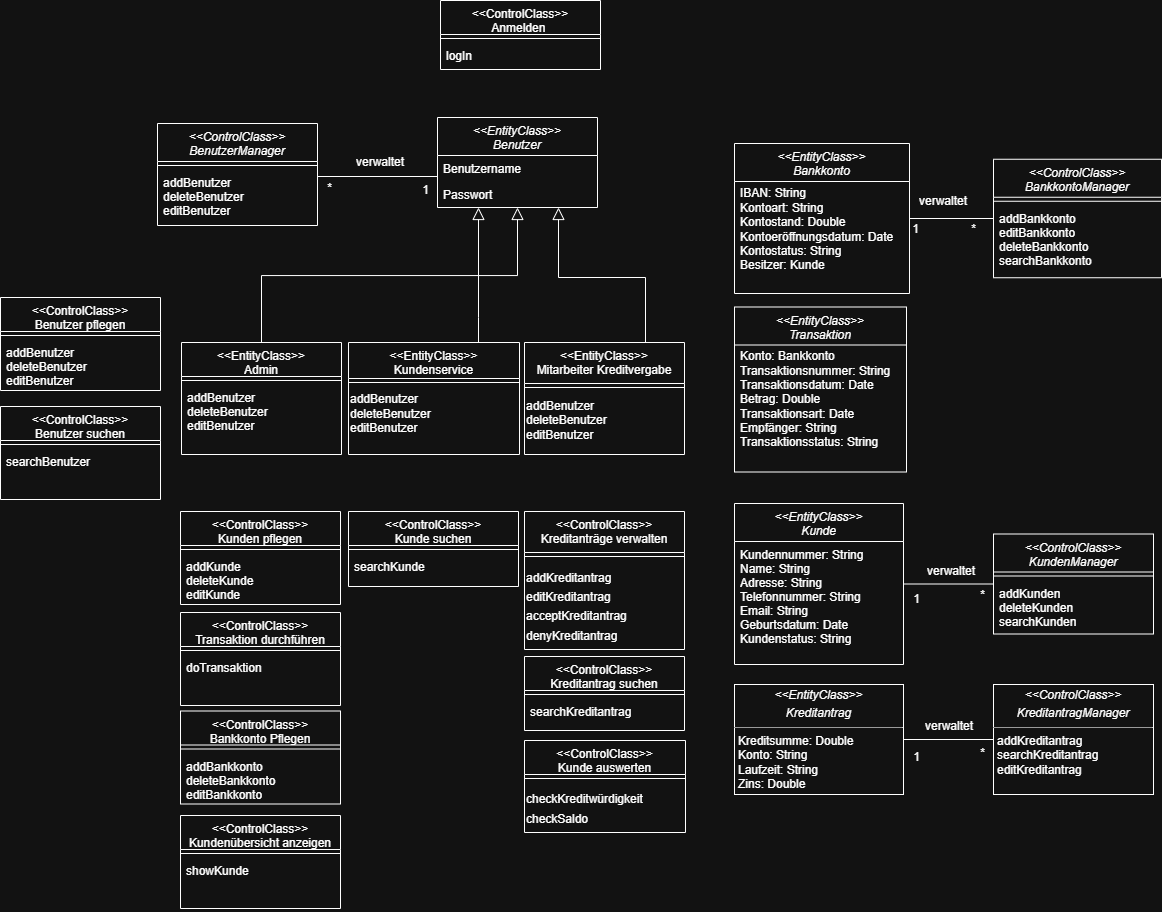
This is Datenmodell-Technischer Entwurf.drawio.png from JaSc2912/VerteilteAnwendungen, a draw.io export, as it was before one commit. Source tidied: cells renumbered, new cells last; positions are measured from the earlier drawing's top-left corner, leaving out a move shared by most shapes.
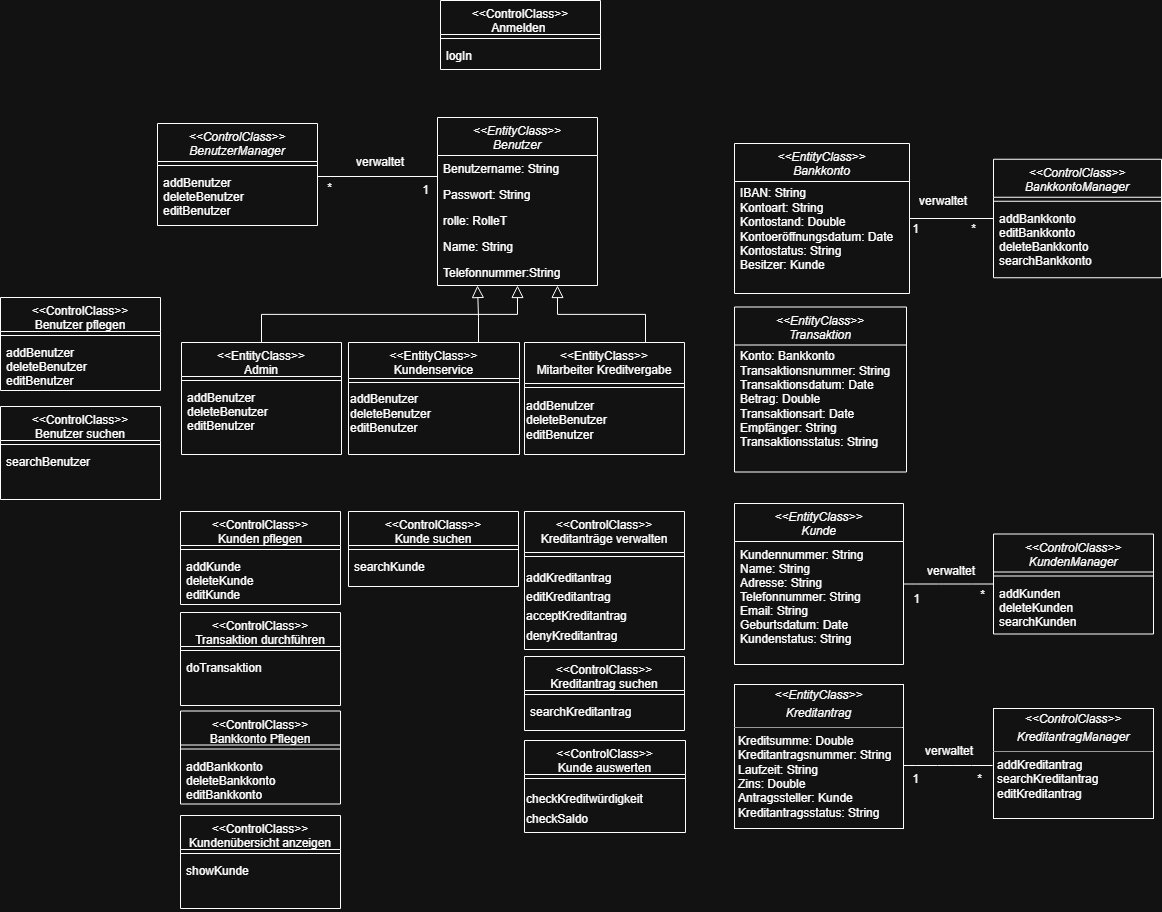
Later version of the same file.

Commit message:
Neue Bilder

Diff of the diagram source:
```diff
@@ -3,14 +3,23 @@
     <mxCell id="0" />
     <mxCell id="1" parent="0" />
     <mxCell id="2" value="&lt;&lt;EntityClass&gt;&gt;&#10;Benutzer" style="swimlane;fontStyle=2;align=center;verticalAlign=top;horizontal=1;startSize=38;rounded=0;shadow=0;strokeWidth=1;" parent="1" vertex="1">
-      <mxGeometry x="437" y="117" width="160" height="90" as="geometry" />
+      <mxGeometry x="437" y="117" width="160" height="168" as="geometry" />
     </mxCell>
-    <mxCell id="3" value="Benutzername" style="text;align=left;verticalAlign=top;spacingLeft=4;spacingRight=4;overflow=hidden;" parent="2" vertex="1">
+    <mxCell id="3" value="Benutzername: String" style="text;align=left;verticalAlign=top;spacingLeft=4;spacingRight=4;overflow=hidden;" parent="2" vertex="1">
       <mxGeometry y="38" width="160" height="26" as="geometry" />
     </mxCell>
-    <mxCell id="4" value="Passwort" style="text;align=left;verticalAlign=top;spacingLeft=4;spacingRight=4;overflow=hidden;rounded=0;shadow=0;html=0;" parent="2" vertex="1">
+    <mxCell id="4" value="Passwort: String" style="text;align=left;verticalAlign=top;spacingLeft=4;spacingRight=4;overflow=hidden;rounded=0;shadow=0;html=0;" parent="2" vertex="1">
       <mxGeometry y="64" width="160" height="26" as="geometry" />
     </mxCell>
+    <mxCell id="83" value="rolle: RolleT" style="text;align=left;verticalAlign=top;spacingLeft=4;spacingRight=4;overflow=hidden;rounded=0;shadow=0;html=0;" parent="2" vertex="1">
+      <mxGeometry y="90" width="160" height="26" as="geometry" />
+    </mxCell>
+    <mxCell id="84" value="Name: String" style="text;align=left;verticalAlign=top;spacingLeft=4;spacingRight=4;overflow=hidden;rounded=0;shadow=0;html=0;" parent="2" vertex="1">
+      <mxGeometry y="116" width="160" height="26" as="geometry" />
+    </mxCell>
+    <mxCell id="85" value="Telefonnummer:String" style="text;align=left;verticalAlign=top;spacingLeft=4;spacingRight=4;overflow=hidden;rounded=0;shadow=0;html=0;" parent="2" vertex="1">
+      <mxGeometry y="142" width="160" height="26" as="geometry" />
+    </mxCell>
     <mxCell id="5" value="&lt;&lt;EntityClass&gt;&gt;&#10;Admin" style="swimlane;fontStyle=0;align=center;verticalAlign=top;horizontal=1;startSize=34;rounded=0;shadow=0;strokeWidth=1;" parent="1" vertex="1">
       <mxGeometry x="181" y="342" width="160" height="112" as="geometry" />
     </mxCell>
@@ -32,10 +41,9 @@
     <mxCell id="11" value="&lt;span style=&quot;font-size: 12px;&quot;&gt;addBenutzer&lt;/span&gt;&lt;div style=&quot;font-size: 12px;&quot;&gt;deleteBenutzer&lt;/div&gt;&lt;div style=&quot;font-size: 12px;&quot;&gt;editBenutzer&lt;/div&gt;" style="text;strokeColor=none;fillColor=none;html=1;align=left;verticalAlign=middle;whiteSpace=wrap;rounded=0;fontSize=16;" parent="9" vertex="1">
       <mxGeometry y="44" width="171" height="49" as="geometry" />
     </mxCell>
-    <mxCell id="12" style="endArrow=block;endSize=10;endFill=0;shadow=0;strokeWidth=1;rounded=0;curved=0;edgeStyle=elbowEdgeStyle;elbow=vertical;fontSize=12;" parent="1" edge="1">
+    <mxCell id="12" style="endArrow=block;endSize=10;endFill=0;shadow=0;strokeWidth=1;rounded=0;curved=0;edgeStyle=elbowEdgeStyle;elbow=vertical;fontSize=12;entryX=0.25;entryY=1;entryDx=0;entryDy=0;" parent="1" edge="1" target="2">
       <mxGeometry relative="1" as="geometry">
         <mxPoint x="478" y="342" as="sourcePoint" />
-        <mxPoint x="478" y="207" as="targetPoint" />
         <Array as="points">
           <mxPoint x="478" y="317" />
         </Array>
@@ -47,13 +55,9 @@
     <mxCell id="14" style="line;html=1;strokeWidth=1;align=left;verticalAlign=middle;spacingTop=-1;spacingLeft=3;spacingRight=3;labelPosition=right;" parent="13" vertex="1">
       <mxGeometry y="41" width="160" height="8" as="geometry" />
     </mxCell>
-    <mxCell id="15" style="endArrow=block;endSize=10;endFill=0;shadow=0;strokeWidth=1;rounded=0;curved=0;edgeStyle=elbowEdgeStyle;elbow=vertical;fontSize=12;exitX=0.5;exitY=0;exitDx=0;exitDy=0;" parent="1" edge="1">
+    <mxCell id="15" style="endArrow=block;endSize=10;endFill=0;shadow=0;strokeWidth=1;rounded=0;curved=0;edgeStyle=elbowEdgeStyle;elbow=vertical;fontSize=12;exitX=0.5;exitY=0;exitDx=0;exitDy=0;entryX=0.75;entryY=1;entryDx=0;entryDy=0;" parent="1" edge="1" target="2">
       <mxGeometry relative="1" as="geometry">
         <mxPoint x="645" y="342" as="sourcePoint" />
-        <mxPoint x="558" y="207" as="targetPoint" />
-        <Array as="points">
-          <mxPoint x="605" y="277" />
-        </Array>
       </mxGeometry>
     </mxCell>
     <mxCell id="16" value="&lt;&lt;ControlClass&gt;&gt;&#10;BenutzerManager" style="swimlane;fontStyle=2;align=center;verticalAlign=top;horizontal=1;startSize=38;rounded=0;shadow=0;strokeWidth=1;" parent="1" vertex="1">
@@ -140,14 +144,17 @@
     <mxCell id="42" value="*" style="text;html=1;align=center;verticalAlign=middle;strokeColor=none;fillColor=none;" parent="1" vertex="1">
       <mxGeometry x="317" y="175" width="23" height="26" as="geometry" />
     </mxCell>
-    <mxCell id="43" style="edgeStyle=none;curved=1;rounded=0;jettySize=auto;html=1;fontSize=12;startSize=8;endSize=8;endArrow=none;startFill=0;" parent="1" edge="1" source="44" target="45">
-      <mxGeometry relative="1" as="geometry" />
+    <mxCell id="43" style="edgeStyle=none;curved=1;rounded=0;orthogonalLoop=1;jettySize=auto;html=1;fontSize=12;startSize=8;endSize=8;endArrow=none;startFill=0;" parent="1" edge="1">
+      <mxGeometry relative="1" as="geometry">
+        <mxPoint x="902" y="765" as="sourcePoint" />
+        <mxPoint x="992" y="765" as="targetPoint" />
+      </mxGeometry>
     </mxCell>
-    <mxCell id="44" value="&lt;p style=&quot;margin:0px;margin-top:4px;text-align:center;&quot;&gt;&lt;i&gt;&amp;lt;&amp;lt;EntityClass&amp;gt;&amp;gt;&lt;/i&gt;&lt;/p&gt;&lt;p style=&quot;margin:0px;margin-top:4px;text-align:center;&quot;&gt;&lt;i&gt;Kreditantrag&lt;/i&gt;&lt;/p&gt;&lt;hr size=&quot;1&quot;&gt;&lt;p style=&quot;margin:0px;margin-left:4px;&quot;&gt;Kreditsumme: Double&lt;br&gt;&lt;/p&gt;&lt;p style=&quot;margin:0px;margin-left:4px;&quot;&gt;Konto: String&lt;/p&gt;&lt;p style=&quot;margin:0px;margin-left:4px;&quot;&gt;Laufzeit: String&lt;/p&gt;&lt;p style=&quot;margin:0px;margin-left:4px;&quot;&gt;Zins: Double&lt;/p&gt;&lt;p style=&quot;margin:0px;margin-left:4px;&quot;&gt;&lt;br&gt;&lt;/p&gt;" style="verticalAlign=top;align=left;overflow=fill;fontSize=12;fontFamily=Helvetica;html=1;rounded=0;shadow=0;comic=0;labelBackgroundColor=none;strokeWidth=1;" parent="1" vertex="1">
-      <mxGeometry x="734" y="684" width="169" height="110" as="geometry" />
+    <mxCell id="44" value="&lt;p style=&quot;margin:0px;margin-top:4px;text-align:center;&quot;&gt;&lt;i&gt;&amp;lt;&amp;lt;EntityClass&amp;gt;&amp;gt;&lt;/i&gt;&lt;/p&gt;&lt;p style=&quot;margin:0px;margin-top:4px;text-align:center;&quot;&gt;&lt;i&gt;Kreditantrag&lt;/i&gt;&lt;/p&gt;&lt;hr size=&quot;1&quot;&gt;&lt;p style=&quot;margin:0px;margin-left:4px;&quot;&gt;Kreditsumme: Double&lt;br&gt;Kreditantragsnummer: String&lt;/p&gt;&lt;p style=&quot;margin:0px;margin-left:4px;&quot;&gt;Laufzeit: String&lt;/p&gt;&lt;p style=&quot;margin:0px;margin-left:4px;&quot;&gt;Zins: Double&lt;/p&gt;&lt;p style=&quot;margin:0px;margin-left:4px;&quot;&gt;Antragssteller: Kunde&lt;/p&gt;&lt;p style=&quot;margin:0px;margin-left:4px;&quot;&gt;Kreditantragsstatus: String&lt;/p&gt;&lt;p style=&quot;margin:0px;margin-left:4px;&quot;&gt;&lt;br&gt;&lt;/p&gt;" style="verticalAlign=top;align=left;overflow=fill;fontSize=12;fontFamily=Helvetica;html=1;rounded=0;shadow=0;comic=0;labelBackgroundColor=none;strokeWidth=1;" parent="1" vertex="1">
+      <mxGeometry x="734" y="684" width="169" height="144" as="geometry" />
     </mxCell>
     <mxCell id="45" value="&lt;p style=&quot;margin:0px;margin-top:4px;text-align:center;&quot;&gt;&lt;i&gt;&amp;lt;&amp;lt;ControlClass&amp;gt;&amp;gt;&lt;/i&gt;&lt;/p&gt;&lt;p style=&quot;margin:0px;margin-top:4px;text-align:center;&quot;&gt;&lt;i&gt;KreditantragManager&lt;/i&gt;&lt;/p&gt;&lt;hr size=&quot;1&quot;&gt;&lt;p style=&quot;margin:0px;margin-left:4px;&quot;&gt;addKreditantrag&lt;/p&gt;&lt;p style=&quot;margin:0px;margin-left:4px;&quot;&gt;searchKreditantrag&lt;/p&gt;&lt;p style=&quot;margin:0px;margin-left:4px;&quot;&gt;editKreditantrag &lt;br&gt;&lt;/p&gt;&lt;p style=&quot;margin:0px;margin-left:4px;&quot;&gt;&lt;br&gt;&lt;/p&gt;" style="verticalAlign=top;align=left;overflow=fill;fontSize=12;fontFamily=Helvetica;html=1;rounded=0;shadow=0;comic=0;labelBackgroundColor=none;strokeWidth=1;" parent="1" vertex="1">
-      <mxGeometry x="993" y="684" width="160" height="110" as="geometry" />
+      <mxGeometry x="993" y="708" width="160" height="110" as="geometry" />
     </mxCell>
     <mxCell id="46" value="&lt;&lt;ControlClass&gt;&gt;&#10;Benutzer pflegen" style="swimlane;fontStyle=0;align=center;verticalAlign=top;horizontal=1;startSize=34;rounded=0;shadow=0;strokeWidth=1;" parent="1" vertex="1">
       <mxGeometry y="297" width="160" height="93" as="geometry" />
@@ -225,13 +232,13 @@
       <mxGeometry y="42" width="160" height="51" as="geometry" />
     </mxCell>
     <mxCell id="71" value="verwaltet" style="text;strokeColor=none;fillColor=none;html=1;align=center;verticalAlign=middle;whiteSpace=wrap;rounded=0;fontSize=12;" parent="1" vertex="1">
-      <mxGeometry x="914" y="715" width="70" height="22" as="geometry" />
+      <mxGeometry x="914" y="740" width="70" height="22" as="geometry" />
     </mxCell>
     <mxCell id="72" value="1" style="text;html=1;align=center;verticalAlign=middle;strokeColor=none;fillColor=none;" parent="1" vertex="1">
-      <mxGeometry x="903" y="744" width="25" height="26" as="geometry" />
+      <mxGeometry x="902" y="766" width="25" height="26" as="geometry" />
     </mxCell>
     <mxCell id="73" value="*" style="text;html=1;align=center;verticalAlign=middle;strokeColor=none;fillColor=none;" parent="1" vertex="1">
-      <mxGeometry x="970" y="740" width="23" height="26" as="geometry" />
+      <mxGeometry x="967" y="766" width="23" height="26" as="geometry" />
     </mxCell>
     <mxCell id="74" value="&lt;&lt;ControlClass&gt;&gt;&#10;Transaktion durchführen" style="swimlane;fontStyle=0;align=center;verticalAlign=top;horizontal=1;startSize=34;rounded=0;shadow=0;strokeWidth=1;" parent="1" vertex="1">
       <mxGeometry x="180" y="612" width="160" height="93" as="geometry" />
```
